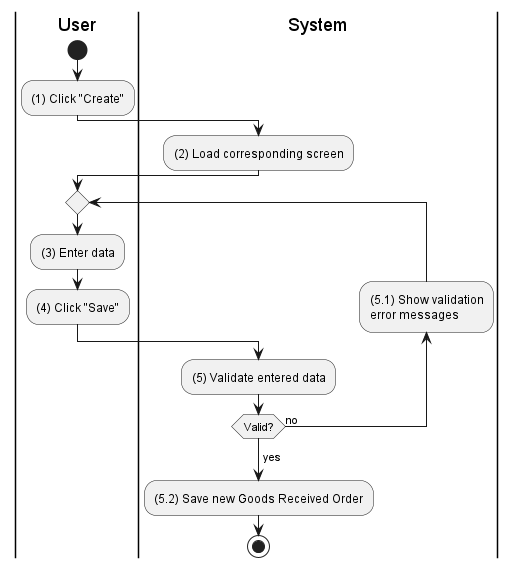
Above: activities/inventory-supply-receive.png in phihungha/scmss-reqs (PlantUML), before the change. Its diagram source:
```plantuml
@startuml inventory-supply-receive
|u|User
|s|System

|u|
start
:(1) Click "Create";

|s|
:(2) Load corresponding screen;

|u|
repeat
    :(3) Enter data;
    :(4) Click "Save";
    |s|
    :(5) Validate entered data;
    backward:(5.1) Show validation
    error messages;
repeat while (Valid?) is (no)
->yes;
:(5.2) Save new Goods Received Order;
stop
@enduml
```
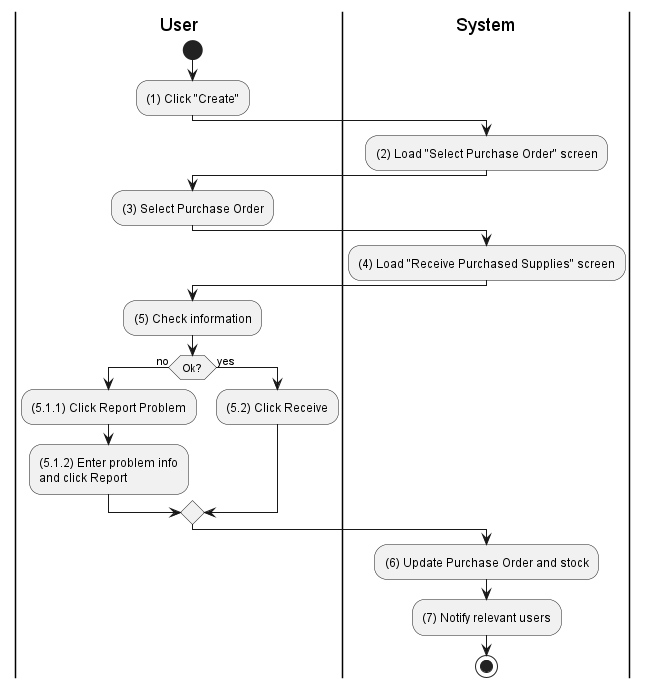
Above is the later version.

Change to the diagram source:
```diff
@@ -7,18 +7,28 @@
 :(1) Click "Create";
 
 |s|
-:(2) Load corresponding screen;
+:(2) Load "Select Purchase Order" screen;
 
 |u|
-repeat
-    :(3) Enter data;
-    :(4) Click "Save";
-    |s|
-    :(5) Validate entered data;
-    backward:(5.1) Show validation
-    error messages;
-repeat while (Valid?) is (no)
-->yes;
-:(5.2) Save new Goods Received Order;
+:(3) Select Purchase Order;
+
+|s|
+:(4) Load "Receive Purchased Supplies" screen;
+
+|u|
+:(5) Check information;
+
+if (Ok?) then (no)
+    |u|
+    :(5.1.1) Click Report Problem;
+    :(5.1.2) Enter problem info\nand click Report;
+else (yes)
+    |u|
+    :(5.2) Click Receive;
+endif
+
+|s|
+:(6) Update Purchase Order and stock;
+:(7) Notify relevant users;
 stop
 @enduml
```
